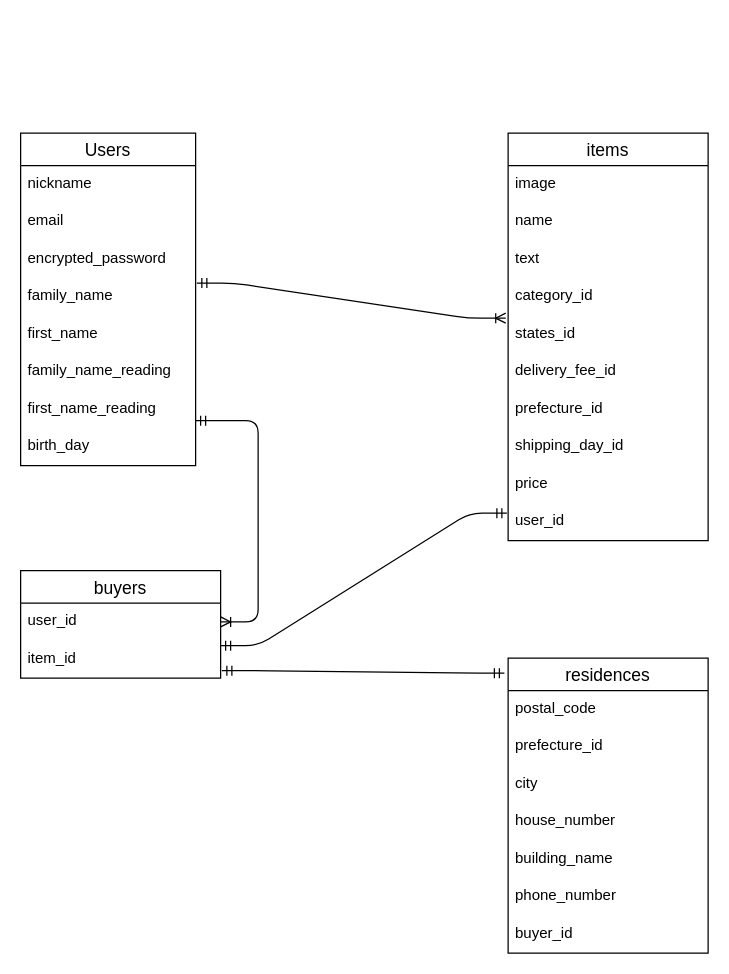
Earlier version of the draw.io diagram furima.dio (maemae1026/furima-34524). Source tidied: cells renumbered, new cells numbered last; positions are measured from the earlier drawing's top-left corner, leaving out a move shared by most shapes. Both pictures are drawn from the tidied source at 125%, with x=0, y=0 at pixel (20, 132).
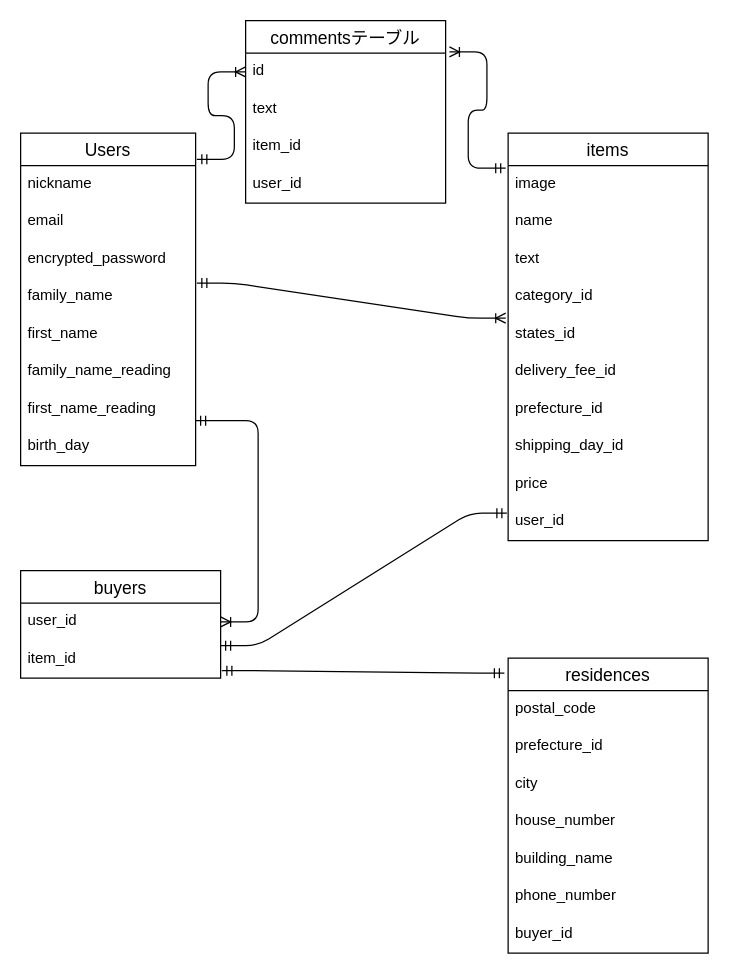
Above is the later version.

Commit message (it also covers changes not shown here):
コメント機能のREADMEと画面遷移図

The change refers to these unchanged cells:
```xml
<mxCell id="3" value="image" style="text;strokeColor=none;fillColor=none;spacingLeft=4;spacingRight=4;overflow=hidden;points=[[0,0.5],[1,0.5]];portConstraint=eastwest;fontSize=12;" parent="2" vertex="1">
  <mxGeometry y="26" width="160" height="30" as="geometry" />
</mxCell>
<mxCell id="14" value="nickname" style="text;strokeColor=none;fillColor=none;spacingLeft=4;spacingRight=4;overflow=hidden;points=[[0,0.5],[1,0.5]];portConstraint=eastwest;fontSize=12;" parent="13" vertex="1">
  <mxGeometry y="26" width="140" height="30" as="geometry" />
</mxCell>
```

What changed in the source:
```diff
@@
+    <mxCell id="37" value="commentsテーブル" style="swimlane;fontStyle=0;horizontal=1;startSize=26;align=center;fontSize=14;" parent="1" vertex="1">
+      <mxGeometry x="180" y="-90" width="160" height="146" as="geometry" />
+    </mxCell>
+    <mxCell id="38" value="id" style="text;strokeColor=none;fillColor=none;spacingLeft=4;spacingRight=4;overflow=hidden;points=[[0,0.5],[1,0.5]];portConstraint=eastwest;fontSize=12;" parent="37" vertex="1">
+      <mxGeometry y="26" width="160" height="30" as="geometry" />
+    </mxCell>
+    <mxCell id="39" value="text" style="text;strokeColor=none;fillColor=none;spacingLeft=4;spacingRight=4;overflow=hidden;fontSize=12;" parent="37" vertex="1">
+      <mxGeometry y="56" width="160" height="30" as="geometry" />
+    </mxCell>
+    <mxCell id="40" value="item_id" style="text;strokeColor=none;fillColor=none;spacingLeft=4;spacingRight=4;overflow=hidden;fontSize=12;" parent="37" vertex="1">
+      <mxGeometry y="86" width="160" height="30" as="geometry" />
+    </mxCell>
+    <mxCell id="41" value="user_id" style="text;strokeColor=none;fillColor=none;spacingLeft=4;spacingRight=4;overflow=hidden;fontSize=12;" parent="37" vertex="1">
+      <mxGeometry y="116" width="160" height="30" as="geometry" />
+    </mxCell>
+    <mxCell id="42" style="edgeStyle=entityRelationEdgeStyle;fontSize=12;html=1;endArrow=ERoneToMany;startArrow=ERmandOne;entryX=0;entryY=0.5;entryDx=0;entryDy=0;exitX=1.007;exitY=-0.167;exitDx=0;exitDy=0;exitPerimeter=0;" parent="1" edge="1" source="14" target="38">
+      <mxGeometry relative="1" as="geometry" />
+    </mxCell>
+    <mxCell id="43" style="edgeStyle=entityRelationEdgeStyle;fontSize=12;html=1;endArrow=ERoneToMany;startArrow=ERmandOne;entryX=1.019;entryY=-0.033;entryDx=0;entryDy=0;exitX=-0.012;exitY=0.067;exitDx=0;exitDy=0;exitPerimeter=0;entryPerimeter=0;" parent="1" edge="1" source="3" target="38">
+      <mxGeometry relative="1" as="geometry" />
+    </mxCell>
```
